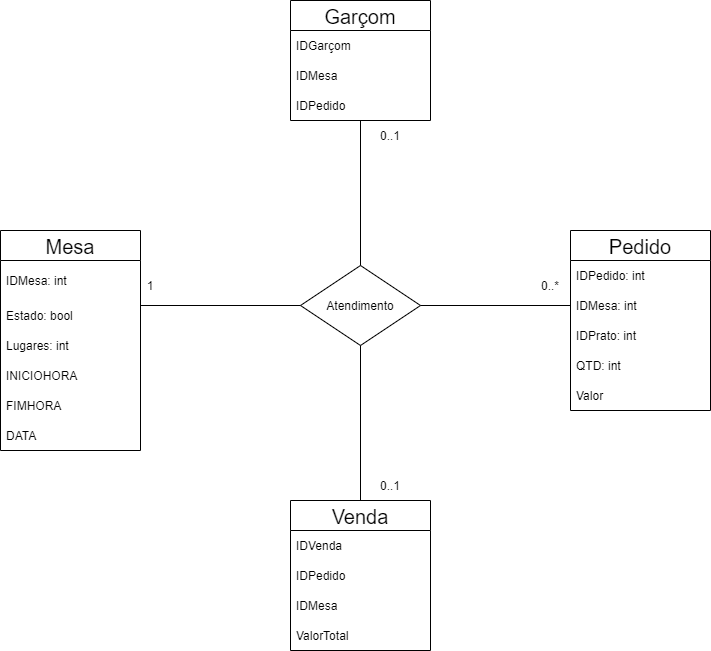
hinname/project-Restaurant keeps this draw.io diagram as Diagrama de Classe Atendimento.drawio.png. Above is the earlier version. Source tidied: cells renumbered, new cells last; positions are measured from the earlier drawing's top-left corner, leaving out a move shared by most shapes. Its diagram source:
```xml
<mxGraphModel>
  <root>
    <mxCell id="0" />
    <mxCell id="1" parent="0" />
    <mxCell id="2" value="Mesa" style="swimlane;fontStyle=0;horizontal=1;startSize=30;fontSize=20;" parent="1" vertex="1">
      <mxGeometry y="230" width="140" height="220" as="geometry" />
    </mxCell>
    <mxCell id="3" value="IDMesa: int" style="text;strokeColor=none;fillColor=none;align=left;verticalAlign=middle;spacingLeft=4;spacingRight=4;overflow=hidden;" parent="2" vertex="1">
      <mxGeometry y="30" width="140" height="40" as="geometry" />
    </mxCell>
    <mxCell id="4" value="Estado: bool" style="text;html=1;strokeColor=none;fillColor=none;align=left;verticalAlign=middle;whiteSpace=wrap;rounded=0;fontSize=12;spacingLeft=4;" parent="2" vertex="1">
      <mxGeometry y="70" width="140" height="30" as="geometry" />
    </mxCell>
    <mxCell id="5" value="Lugares: int" style="text;strokeColor=none;fillColor=none;align=left;verticalAlign=middle;spacingLeft=4;spacingRight=4;overflow=hidden;" parent="2" vertex="1">
      <mxGeometry y="100" width="140" height="30" as="geometry" />
    </mxCell>
    <mxCell id="6" value="INICIOHORA" style="text;html=1;strokeColor=none;fillColor=none;align=left;verticalAlign=middle;whiteSpace=wrap;rounded=0;fontSize=12;spacingLeft=4;" parent="2" vertex="1">
      <mxGeometry y="130" width="140" height="30" as="geometry" />
    </mxCell>
    <mxCell id="7" value="FIMHORA" style="text;html=1;strokeColor=none;fillColor=none;align=left;verticalAlign=middle;whiteSpace=wrap;rounded=0;fontSize=12;spacingLeft=4;" parent="2" vertex="1">
      <mxGeometry y="160" width="140" height="30" as="geometry" />
    </mxCell>
    <mxCell id="8" value="DATA" style="text;html=1;strokeColor=none;fillColor=none;align=left;verticalAlign=middle;whiteSpace=wrap;rounded=0;fontSize=12;spacingLeft=4;" parent="2" vertex="1">
      <mxGeometry y="190" width="140" height="30" as="geometry" />
    </mxCell>
    <mxCell id="9" value="Pedido" style="swimlane;fontStyle=0;horizontal=1;startSize=30;fontSize=20;" parent="1" vertex="1">
      <mxGeometry x="570" y="230" width="140" height="180" as="geometry" />
    </mxCell>
    <mxCell id="10" value="IDPedido: int" style="text;strokeColor=none;fillColor=none;align=left;verticalAlign=middle;spacingLeft=4;spacingRight=4;overflow=hidden;" parent="9" vertex="1">
      <mxGeometry y="30" width="140" height="30" as="geometry" />
    </mxCell>
    <mxCell id="11" value="IDMesa: int" style="text;strokeColor=none;fillColor=none;align=left;verticalAlign=middle;spacingLeft=4;spacingRight=4;overflow=hidden;points=[[0,0.5],[1,0.5]];portConstraint=eastwest;" parent="9" vertex="1">
      <mxGeometry y="60" width="140" height="30" as="geometry" />
    </mxCell>
    <mxCell id="12" value="IDPrato: int" style="text;strokeColor=none;fillColor=none;align=left;verticalAlign=middle;spacingLeft=4;spacingRight=4;overflow=hidden;" parent="9" vertex="1">
      <mxGeometry y="90" width="140" height="30" as="geometry" />
    </mxCell>
    <mxCell id="13" value="QTD: int" style="text;html=1;strokeColor=none;fillColor=none;align=left;verticalAlign=middle;rounded=0;fontSize=12;whiteSpace=wrap;spacingLeft=4;" parent="9" vertex="1">
      <mxGeometry y="120" width="140" height="30" as="geometry" />
    </mxCell>
    <mxCell id="14" value="Valor" style="text;html=1;strokeColor=none;fillColor=none;align=left;verticalAlign=middle;whiteSpace=wrap;rounded=0;fontSize=12;spacingLeft=4;" parent="9" vertex="1">
      <mxGeometry y="150" width="140" height="30" as="geometry" />
    </mxCell>
    <mxCell id="15" style="endArrow=none;html=1;rounded=0;fontSize=12;edgeStyle=orthogonalEdgeStyle;exitX=1;exitY=0;exitDx=0;exitDy=0;entryX=0;entryY=0.5;entryDx=0;entryDy=0;" parent="1" edge="1" source="4" target="11">
      <mxGeometry relative="1" as="geometry">
        <Array as="points">
          <mxPoint x="140" y="305" />
        </Array>
      </mxGeometry>
    </mxCell>
    <mxCell id="16" value="1" style="text;html=1;strokeColor=none;fillColor=none;align=center;verticalAlign=middle;whiteSpace=wrap;rounded=0;fontSize=12;" parent="1" vertex="1">
      <mxGeometry x="80" y="270" width="140" height="30" as="geometry" />
    </mxCell>
    <mxCell id="17" value="0..*" style="text;html=1;strokeColor=none;fillColor=none;align=center;verticalAlign=middle;whiteSpace=wrap;rounded=0;fontSize=12;" parent="1" vertex="1">
      <mxGeometry x="520" y="270" width="60" height="30" as="geometry" />
    </mxCell>
    <mxCell id="18" style="rhombus;whiteSpace=wrap;html=1;fontSize=12;align=left;" parent="1" vertex="1">
      <mxGeometry x="300" y="265" width="120" height="80" as="geometry" />
    </mxCell>
    <mxCell id="19" value="Atendimento" style="text;html=1;strokeColor=none;fillColor=none;align=center;verticalAlign=middle;whiteSpace=wrap;rounded=0;fontSize=12;" parent="1" vertex="1">
      <mxGeometry x="330" y="290" width="60" height="30" as="geometry" />
    </mxCell>
    <mxCell id="20" style="endArrow=none;html=1;rounded=0;fontSize=12;edgeStyle=orthogonalEdgeStyle;exitX=0.5;exitY=0;exitDx=0;exitDy=0;" parent="1" edge="1" source="18" target="21">
      <mxGeometry relative="1" as="geometry" />
    </mxCell>
    <mxCell id="21" value="Garçom" style="swimlane;fontStyle=0;horizontal=1;startSize=30;fontSize=20;align=center;" parent="1" vertex="1">
      <mxGeometry x="290" width="140" height="120" as="geometry" />
    </mxCell>
    <mxCell id="22" value="IDGarçom" style="text;strokeColor=none;fillColor=none;align=left;verticalAlign=middle;spacingLeft=4;spacingRight=4;overflow=hidden;fontSize=12;" parent="21" vertex="1">
      <mxGeometry y="30" width="140" height="30" as="geometry" />
    </mxCell>
    <mxCell id="23" value="IDMesa" style="text;strokeColor=none;fillColor=none;align=left;verticalAlign=middle;spacingLeft=4;spacingRight=4;overflow=hidden;fontSize=12;" parent="21" vertex="1">
      <mxGeometry y="60" width="140" height="30" as="geometry" />
    </mxCell>
    <mxCell id="24" value="IDPedido" style="text;strokeColor=none;fillColor=none;align=left;verticalAlign=middle;spacingLeft=4;spacingRight=4;overflow=hidden;fontSize=12;" parent="21" vertex="1">
      <mxGeometry y="90" width="140" height="30" as="geometry" />
    </mxCell>
    <mxCell id="25" value="Venda" style="swimlane;fontStyle=0;horizontal=1;startSize=30;fontSize=20;align=center;" parent="1" vertex="1">
      <mxGeometry x="290" y="500" width="140" height="150" as="geometry" />
    </mxCell>
    <mxCell id="26" value="IDVenda" style="text;strokeColor=none;fillColor=none;align=left;verticalAlign=middle;spacingLeft=4;spacingRight=4;overflow=hidden;fontSize=12;" parent="25" vertex="1">
      <mxGeometry y="30" width="140" height="30" as="geometry" />
    </mxCell>
    <mxCell id="27" value="IDPedido" style="text;strokeColor=none;fillColor=none;align=left;verticalAlign=middle;spacingLeft=4;spacingRight=4;overflow=hidden;fontSize=12;" parent="25" vertex="1">
      <mxGeometry y="60" width="140" height="30" as="geometry" />
    </mxCell>
    <mxCell id="28" value="IDMesa" style="text;strokeColor=none;fillColor=none;align=left;verticalAlign=middle;spacingLeft=4;spacingRight=4;overflow=hidden;fontSize=12;" parent="25" vertex="1">
      <mxGeometry y="90" width="140" height="30" as="geometry" />
    </mxCell>
    <mxCell id="29" value="ValorTotal" style="text;html=1;strokeColor=none;fillColor=none;align=left;verticalAlign=middle;whiteSpace=wrap;rounded=0;fontSize=12;spacingLeft=4;" parent="25" vertex="1">
      <mxGeometry y="120" width="140" height="30" as="geometry" />
    </mxCell>
    <mxCell id="30" style="endArrow=none;html=1;rounded=0;fontSize=12;edgeStyle=orthogonalEdgeStyle;exitX=0.5;exitY=0;exitDx=0;exitDy=0;entryX=0.5;entryY=1;entryDx=0;entryDy=0;" parent="1" edge="1" source="25" target="18">
      <mxGeometry relative="1" as="geometry" />
    </mxCell>
    <mxCell id="31" value="0..1" style="text;html=1;strokeColor=none;fillColor=none;align=center;verticalAlign=middle;whiteSpace=wrap;rounded=0;fontSize=12;" parent="1" vertex="1">
      <mxGeometry x="360" y="120" width="60" height="30" as="geometry" />
    </mxCell>
    <mxCell id="32" value="0..1" style="text;html=1;strokeColor=none;fillColor=none;align=center;verticalAlign=middle;whiteSpace=wrap;rounded=0;fontSize=12;" parent="1" vertex="1">
      <mxGeometry x="360" y="470" width="60" height="30" as="geometry" />
    </mxCell>
  </root>
</mxGraphModel>
```
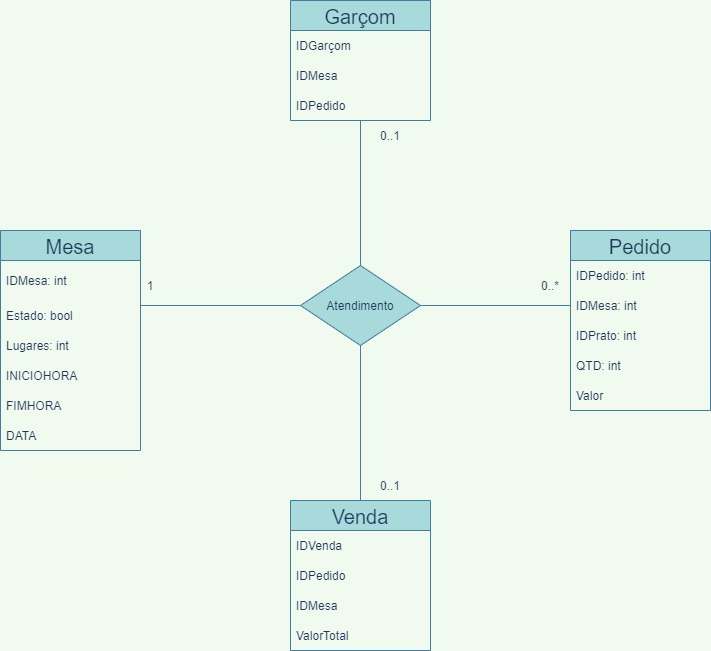
Above is the later version.

What changed in the source:
```diff
@@ -1,102 +1,102 @@
-<mxGraphModel>
+<mxGraphModel background="#F1FAEE">
   <root>
     <mxCell id="0" />
     <mxCell id="1" parent="0" />
-    <mxCell id="2" value="Mesa" style="swimlane;fontStyle=0;horizontal=1;startSize=30;fontSize=20;" parent="1" vertex="1">
+    <mxCell id="2" value="Mesa" style="swimlane;fontStyle=0;horizontal=1;startSize=30;fontSize=20;fillColor=#A8DADC;strokeColor=#457B9D;fontColor=#1D3557;" parent="1" vertex="1">
       <mxGeometry y="230" width="140" height="220" as="geometry" />
     </mxCell>
-    <mxCell id="3" value="IDMesa: int" style="text;strokeColor=none;fillColor=none;align=left;verticalAlign=middle;spacingLeft=4;spacingRight=4;overflow=hidden;" parent="2" vertex="1">
+    <mxCell id="3" value="IDMesa: int" style="text;strokeColor=none;fillColor=none;align=left;verticalAlign=middle;spacingLeft=4;spacingRight=4;overflow=hidden;fontColor=#1D3557;" parent="2" vertex="1">
       <mxGeometry y="30" width="140" height="40" as="geometry" />
     </mxCell>
-    <mxCell id="4" value="Estado: bool" style="text;html=1;strokeColor=none;fillColor=none;align=left;verticalAlign=middle;whiteSpace=wrap;rounded=0;fontSize=12;spacingLeft=4;" parent="2" vertex="1">
+    <mxCell id="4" value="Estado: bool" style="text;html=1;strokeColor=none;fillColor=none;align=left;verticalAlign=middle;whiteSpace=wrap;rounded=0;fontSize=12;spacingLeft=4;fontColor=#1D3557;" parent="2" vertex="1">
       <mxGeometry y="70" width="140" height="30" as="geometry" />
     </mxCell>
-    <mxCell id="5" value="Lugares: int" style="text;strokeColor=none;fillColor=none;align=left;verticalAlign=middle;spacingLeft=4;spacingRight=4;overflow=hidden;" parent="2" vertex="1">
+    <mxCell id="5" value="Lugares: int" style="text;strokeColor=none;fillColor=none;align=left;verticalAlign=middle;spacingLeft=4;spacingRight=4;overflow=hidden;fontColor=#1D3557;" parent="2" vertex="1">
       <mxGeometry y="100" width="140" height="30" as="geometry" />
     </mxCell>
-    <mxCell id="6" value="INICIOHORA" style="text;html=1;strokeColor=none;fillColor=none;align=left;verticalAlign=middle;whiteSpace=wrap;rounded=0;fontSize=12;spacingLeft=4;" parent="2" vertex="1">
+    <mxCell id="6" value="INICIOHORA" style="text;html=1;strokeColor=none;fillColor=none;align=left;verticalAlign=middle;whiteSpace=wrap;rounded=0;fontSize=12;spacingLeft=4;fontColor=#1D3557;" parent="2" vertex="1">
       <mxGeometry y="130" width="140" height="30" as="geometry" />
     </mxCell>
-    <mxCell id="7" value="FIMHORA" style="text;html=1;strokeColor=none;fillColor=none;align=left;verticalAlign=middle;whiteSpace=wrap;rounded=0;fontSize=12;spacingLeft=4;" parent="2" vertex="1">
+    <mxCell id="7" value="FIMHORA" style="text;html=1;strokeColor=none;fillColor=none;align=left;verticalAlign=middle;whiteSpace=wrap;rounded=0;fontSize=12;spacingLeft=4;fontColor=#1D3557;" parent="2" vertex="1">
       <mxGeometry y="160" width="140" height="30" as="geometry" />
     </mxCell>
-    <mxCell id="8" value="DATA" style="text;html=1;strokeColor=none;fillColor=none;align=left;verticalAlign=middle;whiteSpace=wrap;rounded=0;fontSize=12;spacingLeft=4;" parent="2" vertex="1">
+    <mxCell id="8" value="DATA" style="text;html=1;strokeColor=none;fillColor=none;align=left;verticalAlign=middle;whiteSpace=wrap;rounded=0;fontSize=12;spacingLeft=4;fontColor=#1D3557;" parent="2" vertex="1">
       <mxGeometry y="190" width="140" height="30" as="geometry" />
     </mxCell>
-    <mxCell id="9" value="Pedido" style="swimlane;fontStyle=0;horizontal=1;startSize=30;fontSize=20;" parent="1" vertex="1">
+    <mxCell id="9" value="Pedido" style="swimlane;fontStyle=0;horizontal=1;startSize=30;fontSize=20;fillColor=#A8DADC;strokeColor=#457B9D;fontColor=#1D3557;" parent="1" vertex="1">
       <mxGeometry x="570" y="230" width="140" height="180" as="geometry" />
     </mxCell>
-    <mxCell id="10" value="IDPedido: int" style="text;strokeColor=none;fillColor=none;align=left;verticalAlign=middle;spacingLeft=4;spacingRight=4;overflow=hidden;" parent="9" vertex="1">
+    <mxCell id="10" value="IDPedido: int" style="text;strokeColor=none;fillColor=none;align=left;verticalAlign=middle;spacingLeft=4;spacingRight=4;overflow=hidden;fontColor=#1D3557;" parent="9" vertex="1">
       <mxGeometry y="30" width="140" height="30" as="geometry" />
     </mxCell>
-    <mxCell id="11" value="IDMesa: int" style="text;strokeColor=none;fillColor=none;align=left;verticalAlign=middle;spacingLeft=4;spacingRight=4;overflow=hidden;points=[[0,0.5],[1,0.5]];portConstraint=eastwest;" parent="9" vertex="1">
+    <mxCell id="11" value="IDMesa: int" style="text;strokeColor=none;fillColor=none;align=left;verticalAlign=middle;spacingLeft=4;spacingRight=4;overflow=hidden;points=[[0,0.5],[1,0.5]];portConstraint=eastwest;fontColor=#1D3557;" parent="9" vertex="1">
       <mxGeometry y="60" width="140" height="30" as="geometry" />
     </mxCell>
-    <mxCell id="12" value="IDPrato: int" style="text;strokeColor=none;fillColor=none;align=left;verticalAlign=middle;spacingLeft=4;spacingRight=4;overflow=hidden;" parent="9" vertex="1">
+    <mxCell id="12" value="IDPrato: int" style="text;strokeColor=none;fillColor=none;align=left;verticalAlign=middle;spacingLeft=4;spacingRight=4;overflow=hidden;fontColor=#1D3557;" parent="9" vertex="1">
       <mxGeometry y="90" width="140" height="30" as="geometry" />
     </mxCell>
-    <mxCell id="13" value="QTD: int" style="text;html=1;strokeColor=none;fillColor=none;align=left;verticalAlign=middle;rounded=0;fontSize=12;whiteSpace=wrap;spacingLeft=4;" parent="9" vertex="1">
+    <mxCell id="13" value="QTD: int" style="text;html=1;strokeColor=none;fillColor=none;align=left;verticalAlign=middle;rounded=0;fontSize=12;whiteSpace=wrap;spacingLeft=4;fontColor=#1D3557;" parent="9" vertex="1">
       <mxGeometry y="120" width="140" height="30" as="geometry" />
     </mxCell>
-    <mxCell id="14" value="Valor" style="text;html=1;strokeColor=none;fillColor=none;align=left;verticalAlign=middle;whiteSpace=wrap;rounded=0;fontSize=12;spacingLeft=4;" parent="9" vertex="1">
+    <mxCell id="14" value="Valor" style="text;html=1;strokeColor=none;fillColor=none;align=left;verticalAlign=middle;whiteSpace=wrap;rounded=0;fontSize=12;spacingLeft=4;fontColor=#1D3557;" parent="9" vertex="1">
       <mxGeometry y="150" width="140" height="30" as="geometry" />
     </mxCell>
-    <mxCell id="15" style="endArrow=none;html=1;rounded=0;fontSize=12;edgeStyle=orthogonalEdgeStyle;exitX=1;exitY=0;exitDx=0;exitDy=0;entryX=0;entryY=0.5;entryDx=0;entryDy=0;" parent="1" edge="1" source="4" target="11">
+    <mxCell id="15" style="endArrow=none;html=1;rounded=0;fontSize=12;edgeStyle=orthogonalEdgeStyle;exitX=1;exitY=0;exitDx=0;exitDy=0;entryX=0;entryY=0.5;entryDx=0;entryDy=0;labelBackgroundColor=#F1FAEE;strokeColor=#457B9D;fontColor=#1D3557;" parent="1" edge="1" source="4" target="11">
       <mxGeometry relative="1" as="geometry">
         <Array as="points">
           <mxPoint x="140" y="305" />
         </Array>
       </mxGeometry>
     </mxCell>
-    <mxCell id="16" value="1" style="text;html=1;strokeColor=none;fillColor=none;align=center;verticalAlign=middle;whiteSpace=wrap;rounded=0;fontSize=12;" parent="1" vertex="1">
+    <mxCell id="16" value="1" style="text;html=1;strokeColor=none;fillColor=none;align=center;verticalAlign=middle;whiteSpace=wrap;rounded=0;fontSize=12;fontColor=#1D3557;" parent="1" vertex="1">
       <mxGeometry x="80" y="270" width="140" height="30" as="geometry" />
     </mxCell>
-    <mxCell id="17" value="0..*" style="text;html=1;strokeColor=none;fillColor=none;align=center;verticalAlign=middle;whiteSpace=wrap;rounded=0;fontSize=12;" parent="1" vertex="1">
+    <mxCell id="17" value="0..*" style="text;html=1;strokeColor=none;fillColor=none;align=center;verticalAlign=middle;whiteSpace=wrap;rounded=0;fontSize=12;fontColor=#1D3557;" parent="1" vertex="1">
       <mxGeometry x="520" y="270" width="60" height="30" as="geometry" />
     </mxCell>
-    <mxCell id="18" style="rhombus;whiteSpace=wrap;html=1;fontSize=12;align=left;" parent="1" vertex="1">
+    <mxCell id="18" style="rhombus;whiteSpace=wrap;html=1;fontSize=12;align=left;fillColor=#A8DADC;strokeColor=#457B9D;fontColor=#1D3557;" parent="1" vertex="1">
       <mxGeometry x="300" y="265" width="120" height="80" as="geometry" />
     </mxCell>
-    <mxCell id="19" value="Atendimento" style="text;html=1;strokeColor=none;fillColor=none;align=center;verticalAlign=middle;whiteSpace=wrap;rounded=0;fontSize=12;" parent="1" vertex="1">
+    <mxCell id="19" value="Atendimento" style="text;html=1;strokeColor=none;fillColor=none;align=center;verticalAlign=middle;whiteSpace=wrap;rounded=0;fontSize=12;fontColor=#1D3557;" parent="1" vertex="1">
       <mxGeometry x="330" y="290" width="60" height="30" as="geometry" />
     </mxCell>
-    <mxCell id="20" style="endArrow=none;html=1;rounded=0;fontSize=12;edgeStyle=orthogonalEdgeStyle;exitX=0.5;exitY=0;exitDx=0;exitDy=0;" parent="1" edge="1" source="18" target="21">
+    <mxCell id="20" style="endArrow=none;html=1;rounded=0;fontSize=12;edgeStyle=orthogonalEdgeStyle;exitX=0.5;exitY=0;exitDx=0;exitDy=0;labelBackgroundColor=#F1FAEE;strokeColor=#457B9D;fontColor=#1D3557;" parent="1" edge="1" source="18" target="21">
       <mxGeometry relative="1" as="geometry" />
     </mxCell>
-    <mxCell id="21" value="Garçom" style="swimlane;fontStyle=0;horizontal=1;startSize=30;fontSize=20;align=center;" parent="1" vertex="1">
+    <mxCell id="21" value="Garçom" style="swimlane;fontStyle=0;horizontal=1;startSize=30;fontSize=20;align=center;fillColor=#A8DADC;strokeColor=#457B9D;fontColor=#1D3557;" parent="1" vertex="1">
       <mxGeometry x="290" width="140" height="120" as="geometry" />
     </mxCell>
-    <mxCell id="22" value="IDGarçom" style="text;strokeColor=none;fillColor=none;align=left;verticalAlign=middle;spacingLeft=4;spacingRight=4;overflow=hidden;fontSize=12;" parent="21" vertex="1">
+    <mxCell id="22" value="IDGarçom" style="text;strokeColor=none;fillColor=none;align=left;verticalAlign=middle;spacingLeft=4;spacingRight=4;overflow=hidden;fontSize=12;fontColor=#1D3557;" parent="21" vertex="1">
       <mxGeometry y="30" width="140" height="30" as="geometry" />
     </mxCell>
-    <mxCell id="23" value="IDMesa" style="text;strokeColor=none;fillColor=none;align=left;verticalAlign=middle;spacingLeft=4;spacingRight=4;overflow=hidden;fontSize=12;" parent="21" vertex="1">
+    <mxCell id="23" value="IDMesa" style="text;strokeColor=none;fillColor=none;align=left;verticalAlign=middle;spacingLeft=4;spacingRight=4;overflow=hidden;fontSize=12;fontColor=#1D3557;" parent="21" vertex="1">
       <mxGeometry y="60" width="140" height="30" as="geometry" />
     </mxCell>
-    <mxCell id="24" value="IDPedido" style="text;strokeColor=none;fillColor=none;align=left;verticalAlign=middle;spacingLeft=4;spacingRight=4;overflow=hidden;fontSize=12;" parent="21" vertex="1">
+    <mxCell id="24" value="IDPedido" style="text;strokeColor=none;fillColor=none;align=left;verticalAlign=middle;spacingLeft=4;spacingRight=4;overflow=hidden;fontSize=12;fontColor=#1D3557;" parent="21" vertex="1">
       <mxGeometry y="90" width="140" height="30" as="geometry" />
     </mxCell>
-    <mxCell id="25" value="Venda" style="swimlane;fontStyle=0;horizontal=1;startSize=30;fontSize=20;align=center;" parent="1" vertex="1">
+    <mxCell id="25" value="Venda" style="swimlane;fontStyle=0;horizontal=1;startSize=30;fontSize=20;align=center;fillColor=#A8DADC;strokeColor=#457B9D;fontColor=#1D3557;" parent="1" vertex="1">
       <mxGeometry x="290" y="500" width="140" height="150" as="geometry" />
     </mxCell>
-    <mxCell id="26" value="IDVenda" style="text;strokeColor=none;fillColor=none;align=left;verticalAlign=middle;spacingLeft=4;spacingRight=4;overflow=hidden;fontSize=12;" parent="25" vertex="1">
+    <mxCell id="26" value="IDVenda" style="text;strokeColor=none;fillColor=none;align=left;verticalAlign=middle;spacingLeft=4;spacingRight=4;overflow=hidden;fontSize=12;fontColor=#1D3557;" parent="25" vertex="1">
       <mxGeometry y="30" width="140" height="30" as="geometry" />
     </mxCell>
-    <mxCell id="27" value="IDPedido" style="text;strokeColor=none;fillColor=none;align=left;verticalAlign=middle;spacingLeft=4;spacingRight=4;overflow=hidden;fontSize=12;" parent="25" vertex="1">
+    <mxCell id="27" value="IDPedido" style="text;strokeColor=none;fillColor=none;align=left;verticalAlign=middle;spacingLeft=4;spacingRight=4;overflow=hidden;fontSize=12;fontColor=#1D3557;" parent="25" vertex="1">
       <mxGeometry y="60" width="140" height="30" as="geometry" />
     </mxCell>
-    <mxCell id="28" value="IDMesa" style="text;strokeColor=none;fillColor=none;align=left;verticalAlign=middle;spacingLeft=4;spacingRight=4;overflow=hidden;fontSize=12;" parent="25" vertex="1">
+    <mxCell id="28" value="IDMesa" style="text;strokeColor=none;fillColor=none;align=left;verticalAlign=middle;spacingLeft=4;spacingRight=4;overflow=hidden;fontSize=12;fontColor=#1D3557;" parent="25" vertex="1">
       <mxGeometry y="90" width="140" height="30" as="geometry" />
     </mxCell>
-    <mxCell id="29" value="ValorTotal" style="text;html=1;strokeColor=none;fillColor=none;align=left;verticalAlign=middle;whiteSpace=wrap;rounded=0;fontSize=12;spacingLeft=4;" parent="25" vertex="1">
+    <mxCell id="29" value="ValorTotal" style="text;html=1;strokeColor=none;fillColor=none;align=left;verticalAlign=middle;whiteSpace=wrap;rounded=0;fontSize=12;spacingLeft=4;fontColor=#1D3557;" parent="25" vertex="1">
       <mxGeometry y="120" width="140" height="30" as="geometry" />
     </mxCell>
-    <mxCell id="30" style="endArrow=none;html=1;rounded=0;fontSize=12;edgeStyle=orthogonalEdgeStyle;exitX=0.5;exitY=0;exitDx=0;exitDy=0;entryX=0.5;entryY=1;entryDx=0;entryDy=0;" parent="1" edge="1" source="25" target="18">
+    <mxCell id="30" style="endArrow=none;html=1;rounded=0;fontSize=12;edgeStyle=orthogonalEdgeStyle;exitX=0.5;exitY=0;exitDx=0;exitDy=0;entryX=0.5;entryY=1;entryDx=0;entryDy=0;labelBackgroundColor=#F1FAEE;strokeColor=#457B9D;fontColor=#1D3557;" parent="1" edge="1" source="25" target="18">
       <mxGeometry relative="1" as="geometry" />
     </mxCell>
-    <mxCell id="31" value="0..1" style="text;html=1;strokeColor=none;fillColor=none;align=center;verticalAlign=middle;whiteSpace=wrap;rounded=0;fontSize=12;" parent="1" vertex="1">
+    <mxCell id="31" value="0..1" style="text;html=1;strokeColor=none;fillColor=none;align=center;verticalAlign=middle;whiteSpace=wrap;rounded=0;fontSize=12;fontColor=#1D3557;" parent="1" vertex="1">
       <mxGeometry x="360" y="120" width="60" height="30" as="geometry" />
     </mxCell>
-    <mxCell id="32" value="0..1" style="text;html=1;strokeColor=none;fillColor=none;align=center;verticalAlign=middle;whiteSpace=wrap;rounded=0;fontSize=12;" parent="1" vertex="1">
+    <mxCell id="32" value="0..1" style="text;html=1;strokeColor=none;fillColor=none;align=center;verticalAlign=middle;whiteSpace=wrap;rounded=0;fontSize=12;fontColor=#1D3557;" parent="1" vertex="1">
       <mxGeometry x="360" y="470" width="60" height="30" as="geometry" />
     </mxCell>
   </root>
```
